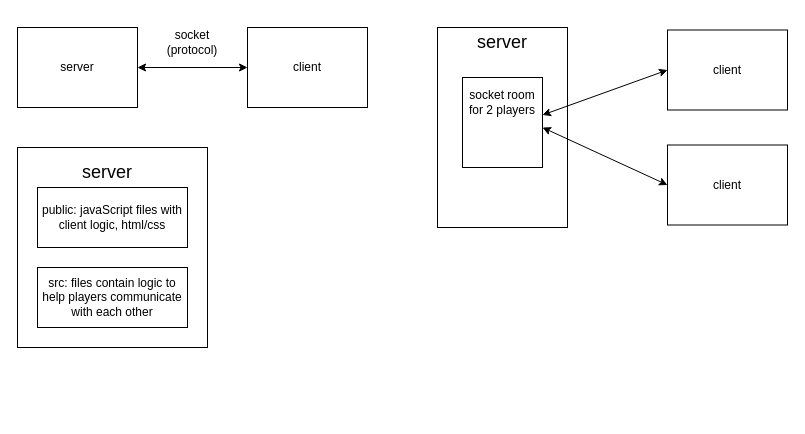
The draw.io diagram Untitled Diagram.drawio in Alec-litho/Sea-battle-game, before the edit. Source tidied: cells renumbered, new cells numbered last; positions are measured from the earlier drawing's top-left corner, leaving out a move shared by most shapes. Both pictures are drawn from the tidied source at 100%, with x=0, y=0 at pixel (17, 17).
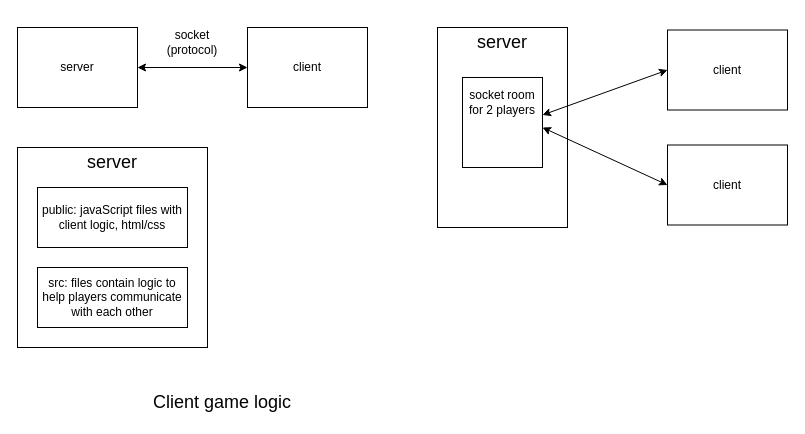
After the change.

Change to the diagram source:
```diff
@@
 <mxGraphModel>
   <root>
     <mxCell id="0" />
     <mxCell id="1" parent="0" />
     <mxCell id="2" value="server" style="rounded=0;whiteSpace=wrap;html=1;" parent="1" vertex="1">
       <mxGeometry y="10" width="120" height="80" as="geometry" />
     </mxCell>
     <mxCell id="3" value="client" style="rounded=0;whiteSpace=wrap;html=1;" parent="1" vertex="1">
       <mxGeometry x="230" y="10" width="120" height="80" as="geometry" />
     </mxCell>
     <mxCell id="4" style="endArrow=classic;startArrow=classic;html=1;rounded=0;exitX=1;exitY=0.5;exitDx=0;exitDy=0;entryX=0;entryY=0.5;entryDx=0;entryDy=0;" parent="1" edge="1" source="2" target="3">
       <mxGeometry relative="1" as="geometry" />
     </mxCell>
     <mxCell id="5" value="socket (protocol)" style="text;html=1;align=center;verticalAlign=middle;whiteSpace=wrap;rounded=0;" parent="1" vertex="1">
       <mxGeometry x="130" y="10" width="90" height="30" as="geometry" />
     </mxCell>
     <mxCell id="6" style="rounded=0;whiteSpace=wrap;html=1;" parent="1" vertex="1">
       <mxGeometry y="130" width="190" height="200" as="geometry" />
     </mxCell>
     <mxCell id="7" value="&lt;font style=&quot;font-size: 18px;&quot;&gt;server&lt;/font&gt;" style="text;html=1;align=center;verticalAlign=middle;whiteSpace=wrap;rounded=0;" parent="1" vertex="1">
-      <mxGeometry x="50" y="130" width="80" height="50" as="geometry" />
+      <mxGeometry x="55" y="120" width="80" height="50" as="geometry" />
     </mxCell>
     <mxCell id="8" value="public: javaScript files with client logic, html/css" style="rounded=0;whiteSpace=wrap;html=1;" parent="1" vertex="1">
       <mxGeometry x="20" y="170" width="150" height="60" as="geometry" />
     </mxCell>
     <mxCell id="9" value="src: files contain logic to help players communicate with each other" style="rounded=0;whiteSpace=wrap;html=1;" parent="1" vertex="1">
       <mxGeometry x="20" y="250" width="150" height="60" as="geometry" />
     </mxCell>
     <mxCell id="10" value="client" style="rounded=0;whiteSpace=wrap;html=1;" parent="1" vertex="1">
       <mxGeometry x="650" y="127.5" width="120" height="80" as="geometry" />
     </mxCell>
     <mxCell id="11" value="client" style="rounded=0;whiteSpace=wrap;html=1;" parent="1" vertex="1">
       <mxGeometry x="650" y="12.5" width="120" height="80" as="geometry" />
     </mxCell>
     <mxCell id="12" style="rounded=0;whiteSpace=wrap;html=1;" parent="1" vertex="1">
       <mxGeometry x="420" y="10" width="130" height="200" as="geometry" />
     </mxCell>
     <mxCell id="13" value="&lt;font style=&quot;font-size: 18px;&quot;&gt;server&lt;/font&gt;" style="text;html=1;align=center;verticalAlign=middle;whiteSpace=wrap;rounded=0;" parent="1" vertex="1">
       <mxGeometry x="445" width="80" height="50" as="geometry" />
     </mxCell>
     <mxCell id="14" style="rounded=0;whiteSpace=wrap;html=1;" parent="1" vertex="1">
       <mxGeometry x="445" y="60" width="80" height="90" as="geometry" />
     </mxCell>
     <mxCell id="15" value="&lt;font style=&quot;font-size: 12px;&quot;&gt;socket room for 2 players&lt;/font&gt;" style="text;html=1;align=center;verticalAlign=middle;whiteSpace=wrap;rounded=0;" parent="1" vertex="1">
       <mxGeometry x="445" y="60" width="80" height="50" as="geometry" />
     </mxCell>
     <mxCell id="16" style="endArrow=classic;startArrow=classic;html=1;rounded=0;entryX=0;entryY=0.5;entryDx=0;entryDy=0;exitX=1;exitY=0.75;exitDx=0;exitDy=0;" parent="1" edge="1" source="15" target="11">
       <mxGeometry relative="1" as="geometry" />
     </mxCell>
     <mxCell id="17" style="endArrow=classic;startArrow=classic;html=1;rounded=0;entryX=0;entryY=0.5;entryDx=0;entryDy=0;exitX=1;exitY=1;exitDx=0;exitDy=0;" parent="1" edge="1" source="15" target="10">
       <mxGeometry relative="1" as="geometry" />
     </mxCell>
+    <mxCell id="18" value="&lt;font style=&quot;font-size: 18px;&quot;&gt;Client game logic&lt;/font&gt;" style="text;html=1;align=center;verticalAlign=middle;whiteSpace=wrap;rounded=0;" parent="1" vertex="1">
+      <mxGeometry x="110" y="370" width="190" height="30" as="geometry" />
+    </mxCell>
   </root>
 </mxGraphModel>
```
